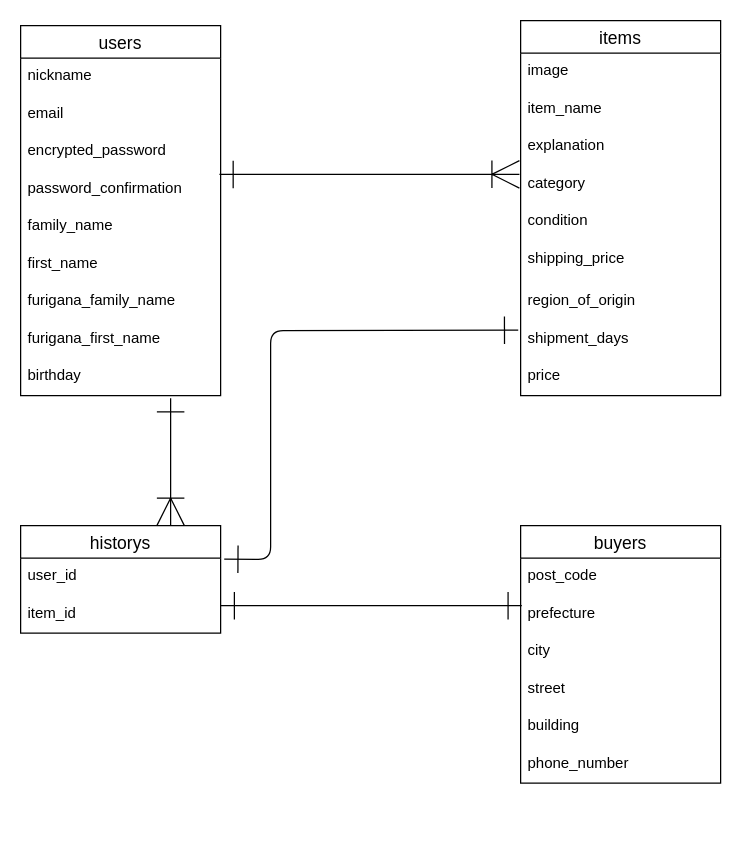
The draw.io diagram page "ページ1" (1 of 2) of draw.dio in JunShin123/furima-40450, before the edit. Source tidied: cells renumbered, new cells numbered last; positions are measured from the earlier drawing's top-left corner, leaving out a move shared by most shapes. Both pictures are drawn from the tidied source at 125%, with x=0, y=0 at pixel (20, 20).
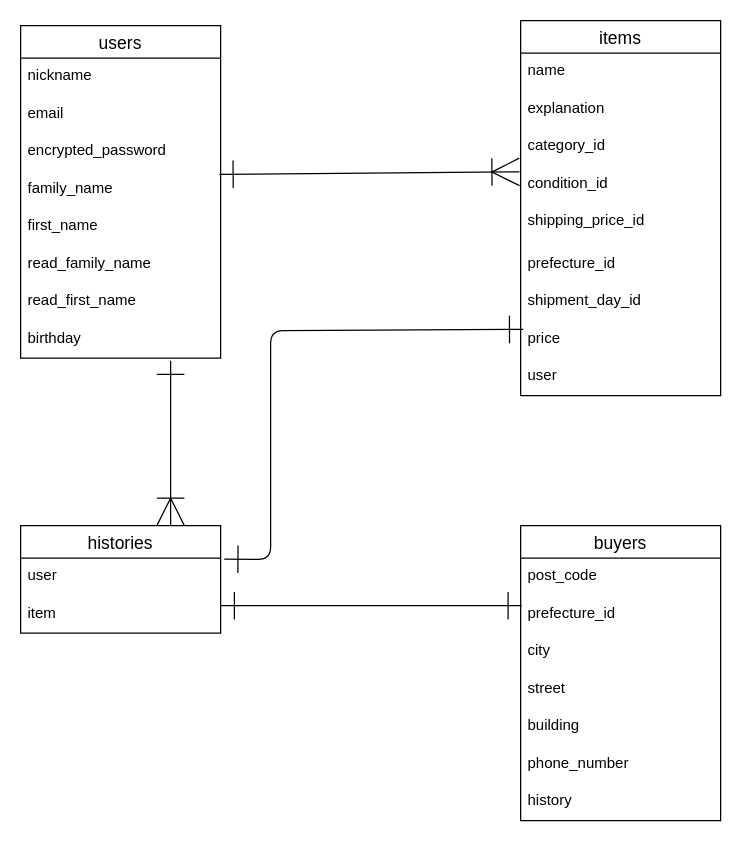
The same page after the edit.

Commit message (it also covers changes not shown here):
データベース設計修正4

The change refers to these unchanged cells:
```xml
<mxCell id="12" value="items" style="swimlane;fontStyle=0;horizontal=1;startSize=26;align=center;fontSize=14;" parent="1" vertex="1">
  <mxGeometry x="400" width="160" height="300" as="geometry" />
</mxCell>
```

Diff of the diagram source:
```diff
@@
     <mxCell id="2" value="users" style="swimlane;fontStyle=0;horizontal=1;startSize=26;align=center;fontSize=14;" parent="1" vertex="1">
-      <mxGeometry y="4" width="160" height="296" as="geometry" />
+      <mxGeometry y="4" width="160" height="266" as="geometry" />
     </mxCell>
@@
-    <mxCell id="6" value="password_confirmation" style="text;strokeColor=none;fillColor=none;spacingLeft=4;spacingRight=4;overflow=hidden;points=[[0,0.5],[1,0.5]];portConstraint=eastwest;fontSize=12;" parent="2" vertex="1">
-      <mxGeometry y="116" width="160" height="30" as="geometry" />
-    </mxCell>
     <mxCell id="7" value="family_name" style="text;strokeColor=none;fillColor=none;spacingLeft=4;spacingRight=4;overflow=hidden;fontSize=12;" parent="2" vertex="1">
-      <mxGeometry y="146" width="160" height="30" as="geometry" />
+      <mxGeometry y="116" width="160" height="30" as="geometry" />
     </mxCell>
     <mxCell id="8" value="first_name" style="text;strokeColor=none;fillColor=none;spacingLeft=4;spacingRight=4;overflow=hidden;fontSize=12;" parent="2" vertex="1">
-      <mxGeometry y="176" width="160" height="30" as="geometry" />
+      <mxGeometry y="146" width="160" height="30" as="geometry" />
     </mxCell>
-    <mxCell id="9" value="furigana_family_name" style="text;strokeColor=none;fillColor=none;spacingLeft=4;spacingRight=4;overflow=hidden;fontSize=12;" parent="2" vertex="1">
-      <mxGeometry y="206" width="160" height="30" as="geometry" />
+    <mxCell id="9" value="read_family_name" style="text;strokeColor=none;fillColor=none;spacingLeft=4;spacingRight=4;overflow=hidden;fontSize=12;" parent="2" vertex="1">
+      <mxGeometry y="176" width="160" height="30" as="geometry" />
     </mxCell>
-    <mxCell id="10" value="furigana_first_name" style="text;strokeColor=none;fillColor=none;spacingLeft=4;spacingRight=4;overflow=hidden;fontSize=12;" parent="2" vertex="1">
-      <mxGeometry y="236" width="160" height="30" as="geometry" />
+    <mxCell id="10" value="read_first_name" style="text;strokeColor=none;fillColor=none;spacingLeft=4;spacingRight=4;overflow=hidden;fontSize=12;" parent="2" vertex="1">
+      <mxGeometry y="206" width="160" height="30" as="geometry" />
     </mxCell>
     <mxCell id="11" value="birthday" style="text;strokeColor=none;fillColor=none;spacingLeft=4;spacingRight=4;overflow=hidden;fontSize=12;" parent="2" vertex="1">
-      <mxGeometry y="266" width="160" height="30" as="geometry" />
+      <mxGeometry y="236" width="160" height="30" as="geometry" />
     </mxCell>
@@
-    <mxCell id="13" value="image" style="text;strokeColor=none;fillColor=none;spacingLeft=4;spacingRight=4;overflow=hidden;fontSize=12;" parent="12" vertex="1">
-      <mxGeometry y="26" width="160" height="30" as="geometry" />
-    </mxCell>
-    <mxCell id="14" value="item_name" style="text;strokeColor=none;fillColor=none;spacingLeft=4;spacingRight=4;overflow=hidden;fontSize=12;" parent="12" vertex="1">
-      <mxGeometry y="56" width="160" height="30" as="geometry" />
+    <mxCell id="14" value="name" style="text;strokeColor=none;fillColor=none;spacingLeft=4;spacingRight=4;overflow=hidden;fontSize=12;" parent="12" vertex="1">
+      <mxGeometry y="26" width="160" height="30" as="geometry" />
     </mxCell>
     <mxCell id="15" value="explanation" style="text;strokeColor=none;fillColor=none;spacingLeft=4;spacingRight=4;overflow=hidden;fontSize=12;" parent="12" vertex="1">
-      <mxGeometry y="86" width="160" height="30" as="geometry" />
+      <mxGeometry y="56" width="160" height="30" as="geometry" />
     </mxCell>
-    <mxCell id="16" value="category" style="text;strokeColor=none;fillColor=none;spacingLeft=4;spacingRight=4;overflow=hidden;points=[[0,0.5],[1,0.5]];portConstraint=eastwest;fontSize=12;" parent="12" vertex="1">
-      <mxGeometry y="116" width="160" height="30" as="geometry" />
+    <mxCell id="16" value="category_id" style="text;strokeColor=none;fillColor=none;spacingLeft=4;spacingRight=4;overflow=hidden;points=[[0,0.5],[1,0.5]];portConstraint=eastwest;fontSize=12;" parent="12" vertex="1">
+      <mxGeometry y="86" width="160" height="30" as="geometry" />
     </mxCell>
-    <mxCell id="17" value="condition" style="text;strokeColor=none;fillColor=none;spacingLeft=4;spacingRight=4;overflow=hidden;fontSize=12;" parent="12" vertex="1">
-      <mxGeometry y="146" width="160" height="30" as="geometry" />
+    <mxCell id="17" value="condition_id" style="text;strokeColor=none;fillColor=none;spacingLeft=4;spacingRight=4;overflow=hidden;fontSize=12;" parent="12" vertex="1">
+      <mxGeometry y="116" width="160" height="30" as="geometry" />
     </mxCell>
-    <mxCell id="18" value="shipping_price" style="text;strokeColor=none;fillColor=none;spacingLeft=4;spacingRight=4;overflow=hidden;fontSize=12;" parent="12" vertex="1">
-      <mxGeometry y="176" width="160" height="34" as="geometry" />
+    <mxCell id="18" value="shipping_price_id" style="text;strokeColor=none;fillColor=none;spacingLeft=4;spacingRight=4;overflow=hidden;fontSize=12;" parent="12" vertex="1">
+      <mxGeometry y="146" width="160" height="34" as="geometry" />
     </mxCell>
-    <mxCell id="19" value="region_of_origin" style="text;strokeColor=none;fillColor=none;spacingLeft=4;spacingRight=4;overflow=hidden;fontSize=12;" parent="12" vertex="1">
-      <mxGeometry y="210" width="160" height="30" as="geometry" />
+    <mxCell id="19" value="prefecture_id" style="text;strokeColor=none;fillColor=none;spacingLeft=4;spacingRight=4;overflow=hidden;fontSize=12;" parent="12" vertex="1">
+      <mxGeometry y="180" width="160" height="30" as="geometry" />
     </mxCell>
-    <mxCell id="20" value="shipment_days" style="text;strokeColor=none;fillColor=none;spacingLeft=4;spacingRight=4;overflow=hidden;points=[[0,0.5],[1,0.5]];portConstraint=eastwest;fontSize=12;" parent="12" vertex="1">
-      <mxGeometry y="240" width="160" height="30" as="geometry" />
+    <mxCell id="20" value="shipment_day_id" style="text;strokeColor=none;fillColor=none;spacingLeft=4;spacingRight=4;overflow=hidden;points=[[0,0.5],[1,0.5]];portConstraint=eastwest;fontSize=12;" parent="12" vertex="1">
+      <mxGeometry y="210" width="160" height="30" as="geometry" />
     </mxCell>
     <mxCell id="21" value="price" style="text;strokeColor=none;fillColor=none;spacingLeft=4;spacingRight=4;overflow=hidden;points=[[0,0.5],[1,0.5]];portConstraint=eastwest;fontSize=12;" parent="12" vertex="1">
-      <mxGeometry y="270" width="160" height="30" as="geometry" />
+      <mxGeometry y="240" width="160" height="30" as="geometry" />
     </mxCell>
+    <mxCell id="36" value="user" style="text;strokeColor=none;fillColor=none;spacingLeft=4;spacingRight=4;overflow=hidden;fontSize=12;" parent="12" vertex="1">
+      <mxGeometry y="270" width="160" height="30" as="geometry" />
+    </mxCell>
     <mxCell id="22" style="edgeStyle=none;html=1;exitX=0.75;exitY=0;exitDx=0;exitDy=0;startArrow=ERoneToMany;startFill=0;endArrow=ERone;endFill=0;startSize=20;endSize=20;" parent="1" edge="1" source="23">
       <mxGeometry relative="1" as="geometry">
-        <mxPoint x="120" y="302" as="targetPoint" />
+        <mxPoint x="120" y="272" as="targetPoint" />
       </mxGeometry>
     </mxCell>
-    <mxCell id="23" value="historys" style="swimlane;fontStyle=0;horizontal=1;startSize=26;align=center;fontSize=14;" parent="1" vertex="1">
+    <mxCell id="23" value="histories" style="swimlane;fontStyle=0;horizontal=1;startSize=26;align=center;fontSize=14;" parent="1" vertex="1">
       <mxGeometry y="404" width="160" height="86" as="geometry" />
     </mxCell>
-    <mxCell id="24" value="user_id" style="text;strokeColor=none;fillColor=none;spacingLeft=4;spacingRight=4;overflow=hidden;points=[[0,0.5],[1,0.5]];portConstraint=eastwest;fontSize=12;" parent="23" vertex="1">
+    <mxCell id="24" value="user" style="text;strokeColor=none;fillColor=none;spacingLeft=4;spacingRight=4;overflow=hidden;points=[[0,0.5],[1,0.5]];portConstraint=eastwest;fontSize=12;" parent="23" vertex="1">
       <mxGeometry y="26" width="160" height="30" as="geometry" />
     </mxCell>
-    <mxCell id="25" value="item_id&#10;" style="text;strokeColor=none;fillColor=none;spacingLeft=4;spacingRight=4;overflow=hidden;fontSize=12;" parent="23" vertex="1">
+    <mxCell id="25" value="item&#10;" style="text;strokeColor=none;fillColor=none;spacingLeft=4;spacingRight=4;overflow=hidden;fontSize=12;" parent="23" vertex="1">
       <mxGeometry y="56" width="160" height="30" as="geometry" />
     </mxCell>
     <mxCell id="26" value="buyers" style="swimlane;fontStyle=0;horizontal=1;startSize=26;align=center;fontSize=14;" parent="1" vertex="1">
-      <mxGeometry x="400" y="404" width="160" height="206" as="geometry" />
+      <mxGeometry x="400" y="404" width="160" height="236" as="geometry" />
     </mxCell>
@@
-    <mxCell id="28" value="prefecture" style="text;strokeColor=none;fillColor=none;spacingLeft=4;spacingRight=4;overflow=hidden;points=[[0,0.5],[1,0.5]];portConstraint=eastwest;fontSize=12;" parent="26" vertex="1">
+    <mxCell id="28" value="prefecture_id" style="text;strokeColor=none;fillColor=none;spacingLeft=4;spacingRight=4;overflow=hidden;points=[[0,0.5],[1,0.5]];portConstraint=eastwest;fontSize=12;" parent="26" vertex="1">
       <mxGeometry y="56" width="160" height="30" as="geometry" />
     </mxCell>
@@
+    <mxCell id="37" value="history" style="text;strokeColor=none;fillColor=none;spacingLeft=4;spacingRight=4;overflow=hidden;fontSize=12;" parent="26" vertex="1">
+      <mxGeometry y="206" width="160" height="30" as="geometry" />
+    </mxCell>
-    <mxCell id="33" style="edgeStyle=none;html=1;exitX=-0.006;exitY=0.233;exitDx=0;exitDy=0;entryX=0.994;entryY=0.1;entryDx=0;entryDy=0;startArrow=ERoneToMany;startFill=0;endSize=20;endArrow=ERone;endFill=0;startSize=20;entryPerimeter=0;exitPerimeter=0;" parent="1" edge="1" source="16" target="6">
-      <mxGeometry relative="1" as="geometry" />
+    <mxCell id="33" style="edgeStyle=none;html=1;exitX=-0.006;exitY=1.167;exitDx=0;exitDy=0;entryX=0.994;entryY=0.1;entryDx=0;entryDy=0;startArrow=ERoneToMany;startFill=0;endSize=20;endArrow=ERone;endFill=0;startSize=20;entryPerimeter=0;exitPerimeter=0;" parent="1" edge="1" source="16">
+      <mxGeometry relative="1" as="geometry">
+        <mxPoint x="159" y="123" as="targetPoint" />
+      </mxGeometry>
     </mxCell>
@@
-    <mxCell id="35" style="edgeStyle=none;html=1;entryX=-0.012;entryY=0.253;entryDx=0;entryDy=0;entryPerimeter=0;startArrow=ERone;startFill=0;endArrow=ERone;endFill=0;startSize=20;endSize=20;exitX=1.018;exitY=0.027;exitDx=0;exitDy=0;exitPerimeter=0;" parent="1" edge="1" source="24" target="20">
+    <mxCell id="35" style="edgeStyle=none;html=1;entryX=0.013;entryY=0.233;entryDx=0;entryDy=0;entryPerimeter=0;startArrow=ERone;startFill=0;endArrow=ERone;endFill=0;startSize=20;endSize=20;exitX=1.018;exitY=0.027;exitDx=0;exitDy=0;exitPerimeter=0;" parent="1" edge="1" source="24" target="21">
       <mxGeometry relative="1" as="geometry">
         <Array as="points">
           <mxPoint x="200" y="431" />
           <mxPoint x="200" y="248" />
         </Array>
       </mxGeometry>
     </mxCell>
```
